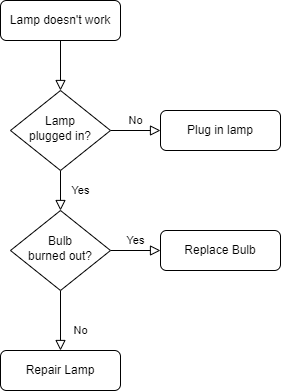
The draw.io diagram png/扫码充电流程.png in ren9901/tourism-j2ee-wx, before a commit. Source tidied: cells renumbered, new cells last; positions are measured from the earlier drawing's top-left corner, leaving out a move shared by most shapes. Source of this version:
```xml
<mxGraphModel>
  <root>
    <mxCell id="0" />
    <mxCell id="1" parent="0" />
    <mxCell id="2" style="rounded=0;html=1;jettySize=auto;fontSize=11;endArrow=block;endFill=0;endSize=8;strokeWidth=1;shadow=0;labelBackgroundColor=none;edgeStyle=orthogonalEdgeStyle;" parent="1" edge="1" source="3" target="6">
      <mxGeometry relative="1" as="geometry" />
    </mxCell>
    <mxCell id="3" value="Lamp doesn't work" style="rounded=1;whiteSpace=wrap;html=1;fontSize=12;glass=0;strokeWidth=1;shadow=0;" parent="1" vertex="1">
      <mxGeometry width="120" height="40" as="geometry" />
    </mxCell>
    <mxCell id="4" value="Yes" style="rounded=0;html=1;jettySize=auto;fontSize=11;endArrow=block;endFill=0;endSize=8;strokeWidth=1;shadow=0;labelBackgroundColor=none;edgeStyle=orthogonalEdgeStyle;" parent="1" edge="1" source="6" target="10">
      <mxGeometry y="20" relative="1" as="geometry" />
    </mxCell>
    <mxCell id="5" value="No" style="edgeStyle=orthogonalEdgeStyle;rounded=0;html=1;jettySize=auto;fontSize=11;endArrow=block;endFill=0;endSize=8;strokeWidth=1;shadow=0;labelBackgroundColor=none;" parent="1" edge="1" source="6" target="7">
      <mxGeometry y="10" relative="1" as="geometry" />
    </mxCell>
    <mxCell id="6" value="Lamp&lt;br&gt;plugged in?" style="rhombus;whiteSpace=wrap;html=1;shadow=0;fontFamily=Helvetica;fontSize=12;align=center;strokeWidth=1;spacing=6;spacingTop=-4;" parent="1" vertex="1">
      <mxGeometry x="10" y="90" width="100" height="80" as="geometry" />
    </mxCell>
    <mxCell id="7" value="Plug in lamp" style="rounded=1;whiteSpace=wrap;html=1;fontSize=12;glass=0;strokeWidth=1;shadow=0;" parent="1" vertex="1">
      <mxGeometry x="160" y="110" width="120" height="40" as="geometry" />
    </mxCell>
    <mxCell id="8" value="No" style="rounded=0;html=1;jettySize=auto;fontSize=11;endArrow=block;endFill=0;endSize=8;strokeWidth=1;shadow=0;labelBackgroundColor=none;edgeStyle=orthogonalEdgeStyle;" parent="1" edge="1" source="10" target="11">
      <mxGeometry x="0.33" y="20" relative="1" as="geometry" />
    </mxCell>
    <mxCell id="9" value="Yes" style="edgeStyle=orthogonalEdgeStyle;rounded=0;html=1;jettySize=auto;fontSize=11;endArrow=block;endFill=0;endSize=8;strokeWidth=1;shadow=0;labelBackgroundColor=none;" parent="1" edge="1" source="10" target="12">
      <mxGeometry y="10" relative="1" as="geometry" />
    </mxCell>
    <mxCell id="10" value="Bulb&lt;br&gt;burned out?" style="rhombus;whiteSpace=wrap;html=1;shadow=0;fontFamily=Helvetica;fontSize=12;align=center;strokeWidth=1;spacing=6;spacingTop=-4;" parent="1" vertex="1">
      <mxGeometry x="10" y="210" width="100" height="80" as="geometry" />
    </mxCell>
    <mxCell id="11" value="Repair Lamp" style="rounded=1;whiteSpace=wrap;html=1;fontSize=12;glass=0;strokeWidth=1;shadow=0;" parent="1" vertex="1">
      <mxGeometry y="350" width="120" height="40" as="geometry" />
    </mxCell>
    <mxCell id="12" value="Replace Bulb" style="rounded=1;whiteSpace=wrap;html=1;fontSize=12;glass=0;strokeWidth=1;shadow=0;" parent="1" vertex="1">
      <mxGeometry x="160" y="230" width="120" height="40" as="geometry" />
    </mxCell>
  </root>
</mxGraphModel>
```
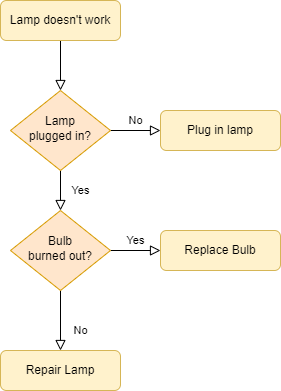
After the commit.

Commit message:
更新扫码充电流程.png

Diff of the diagram source:
```diff
@@ -5,7 +5,7 @@
     <mxCell id="2" style="rounded=0;html=1;jettySize=auto;fontSize=11;endArrow=block;endFill=0;endSize=8;strokeWidth=1;shadow=0;labelBackgroundColor=none;edgeStyle=orthogonalEdgeStyle;" parent="1" edge="1" source="3" target="6">
       <mxGeometry relative="1" as="geometry" />
     </mxCell>
-    <mxCell id="3" value="Lamp doesn't work" style="rounded=1;whiteSpace=wrap;html=1;fontSize=12;glass=0;strokeWidth=1;shadow=0;" parent="1" vertex="1">
+    <mxCell id="3" value="Lamp doesn't work" style="rounded=1;whiteSpace=wrap;html=1;fontSize=12;glass=0;strokeWidth=1;shadow=0;fillColor=#fff2cc;strokeColor=#d6b656;" parent="1" vertex="1">
       <mxGeometry width="120" height="40" as="geometry" />
     </mxCell>
     <mxCell id="4" value="Yes" style="rounded=0;html=1;jettySize=auto;fontSize=11;endArrow=block;endFill=0;endSize=8;strokeWidth=1;shadow=0;labelBackgroundColor=none;edgeStyle=orthogonalEdgeStyle;" parent="1" edge="1" source="6" target="10">
@@ -14,10 +14,10 @@
     <mxCell id="5" value="No" style="edgeStyle=orthogonalEdgeStyle;rounded=0;html=1;jettySize=auto;fontSize=11;endArrow=block;endFill=0;endSize=8;strokeWidth=1;shadow=0;labelBackgroundColor=none;" parent="1" edge="1" source="6" target="7">
       <mxGeometry y="10" relative="1" as="geometry" />
     </mxCell>
-    <mxCell id="6" value="Lamp&lt;br&gt;plugged in?" style="rhombus;whiteSpace=wrap;html=1;shadow=0;fontFamily=Helvetica;fontSize=12;align=center;strokeWidth=1;spacing=6;spacingTop=-4;" parent="1" vertex="1">
+    <mxCell id="6" value="Lamp&lt;br&gt;plugged in?" style="rhombus;whiteSpace=wrap;html=1;shadow=0;fontFamily=Helvetica;fontSize=12;align=center;strokeWidth=1;spacing=6;spacingTop=-4;fillColor=#ffe6cc;strokeColor=#d79b00;" parent="1" vertex="1">
       <mxGeometry x="10" y="90" width="100" height="80" as="geometry" />
     </mxCell>
-    <mxCell id="7" value="Plug in lamp" style="rounded=1;whiteSpace=wrap;html=1;fontSize=12;glass=0;strokeWidth=1;shadow=0;" parent="1" vertex="1">
+    <mxCell id="7" value="Plug in lamp" style="rounded=1;whiteSpace=wrap;html=1;fontSize=12;glass=0;strokeWidth=1;shadow=0;fillColor=#fff2cc;strokeColor=#d6b656;" parent="1" vertex="1">
       <mxGeometry x="160" y="110" width="120" height="40" as="geometry" />
     </mxCell>
     <mxCell id="8" value="No" style="rounded=0;html=1;jettySize=auto;fontSize=11;endArrow=block;endFill=0;endSize=8;strokeWidth=1;shadow=0;labelBackgroundColor=none;edgeStyle=orthogonalEdgeStyle;" parent="1" edge="1" source="10" target="11">
@@ -26,13 +26,13 @@
     <mxCell id="9" value="Yes" style="edgeStyle=orthogonalEdgeStyle;rounded=0;html=1;jettySize=auto;fontSize=11;endArrow=block;endFill=0;endSize=8;strokeWidth=1;shadow=0;labelBackgroundColor=none;" parent="1" edge="1" source="10" target="12">
       <mxGeometry y="10" relative="1" as="geometry" />
     </mxCell>
-    <mxCell id="10" value="Bulb&lt;br&gt;burned out?" style="rhombus;whiteSpace=wrap;html=1;shadow=0;fontFamily=Helvetica;fontSize=12;align=center;strokeWidth=1;spacing=6;spacingTop=-4;" parent="1" vertex="1">
+    <mxCell id="10" value="Bulb&lt;br&gt;burned out?" style="rhombus;whiteSpace=wrap;html=1;shadow=0;fontFamily=Helvetica;fontSize=12;align=center;strokeWidth=1;spacing=6;spacingTop=-4;fillColor=#ffe6cc;strokeColor=#d79b00;" parent="1" vertex="1">
       <mxGeometry x="10" y="210" width="100" height="80" as="geometry" />
     </mxCell>
-    <mxCell id="11" value="Repair Lamp" style="rounded=1;whiteSpace=wrap;html=1;fontSize=12;glass=0;strokeWidth=1;shadow=0;" parent="1" vertex="1">
+    <mxCell id="11" value="Repair Lamp" style="rounded=1;whiteSpace=wrap;html=1;fontSize=12;glass=0;strokeWidth=1;shadow=0;fillColor=#fff2cc;strokeColor=#d6b656;" parent="1" vertex="1">
       <mxGeometry y="350" width="120" height="40" as="geometry" />
     </mxCell>
-    <mxCell id="12" value="Replace Bulb" style="rounded=1;whiteSpace=wrap;html=1;fontSize=12;glass=0;strokeWidth=1;shadow=0;" parent="1" vertex="1">
+    <mxCell id="12" value="Replace Bulb" style="rounded=1;whiteSpace=wrap;html=1;fontSize=12;glass=0;strokeWidth=1;shadow=0;fillColor=#fff2cc;strokeColor=#d6b656;" parent="1" vertex="1">
       <mxGeometry x="160" y="230" width="120" height="40" as="geometry" />
     </mxCell>
   </root>
```
